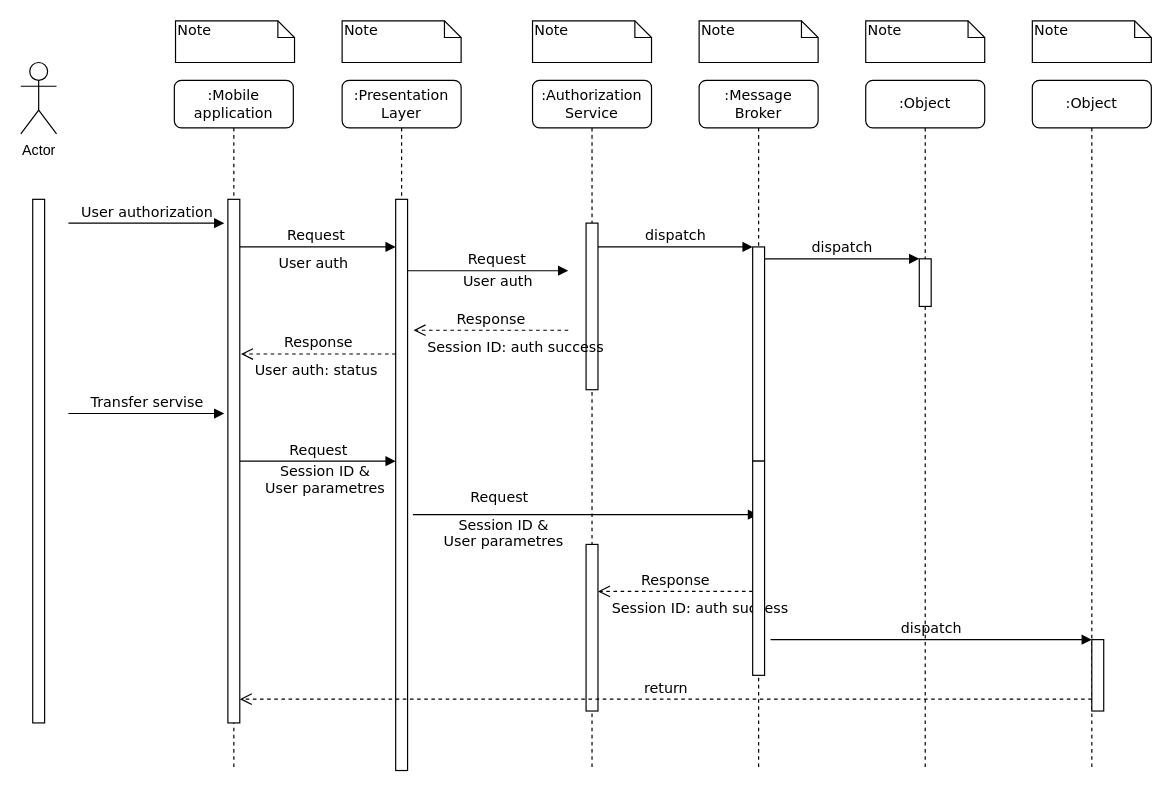
Earlier version of the draw.io diagram Диаграмма без названия.drawio (baldalerie/-). Source tidied: cells renumbered, new cells numbered last; positions are measured from the earlier drawing's top-left corner, leaving out a move shared by most shapes. Both pictures are drawn from the tidied source at 119%, with x=0, y=0 at pixel (20, 20).
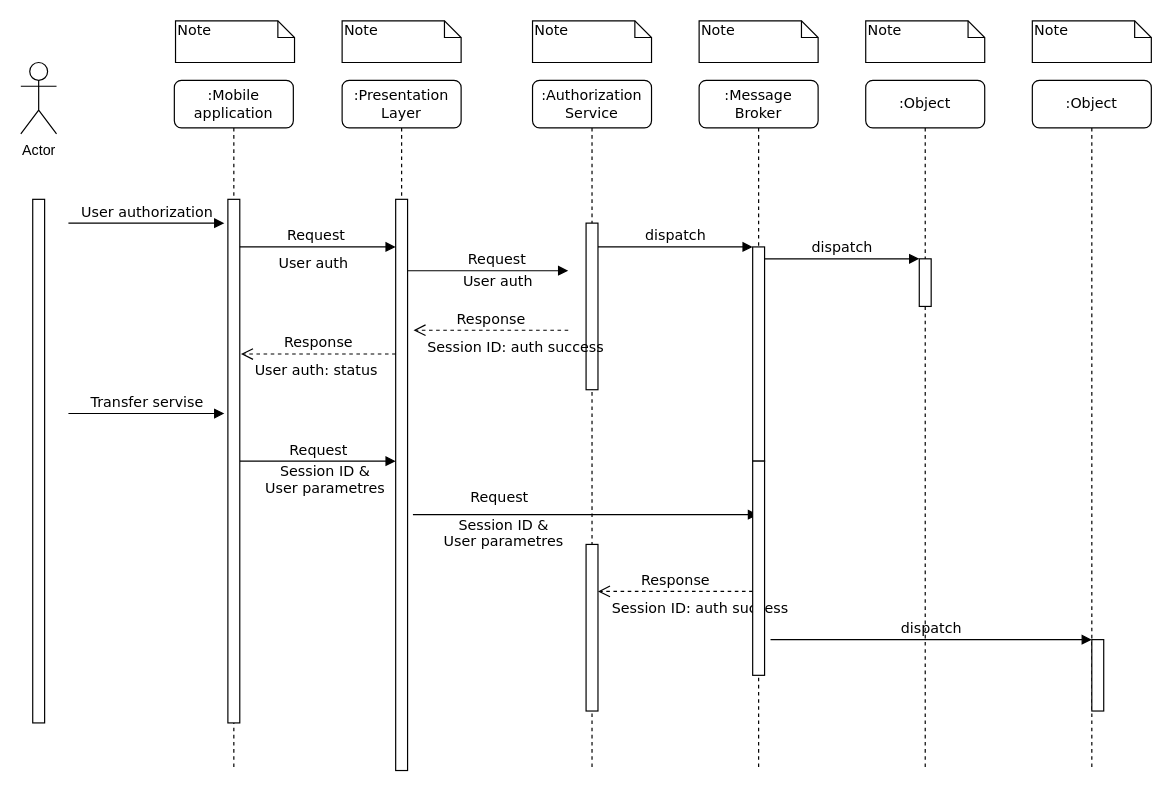
Above is the later version.

Commit message:
Лысиков В.С_практическая работа_2.drawio

The change refers to these unchanged cells:
```xml
<mxCell id="20" style="html=1;points=[];perimeter=orthogonalPerimeter;rounded=0;shadow=0;comic=0;labelBackgroundColor=none;strokeWidth=1;fontFamily=Verdana;fontSize=12;align=center;" parent="19" vertex="1">
  <mxGeometry x="45" y="100" width="10" height="440" as="geometry" />
</mxCell>
<mxCell id="26" style="html=1;points=[];perimeter=orthogonalPerimeter;rounded=0;shadow=0;comic=0;labelBackgroundColor=none;strokeWidth=1;fontFamily=Verdana;fontSize=12;align=center;" parent="1" vertex="1">
  <mxGeometry x="900" y="520" width="10" height="60" as="geometry" />
</mxCell>
```

Change to the diagram source:
```diff
@@
-    <mxCell id="28" value="return" style="html=1;verticalAlign=bottom;endArrow=open;dashed=1;endSize=8;labelBackgroundColor=none;fontFamily=Verdana;fontSize=12;edgeStyle=elbowEdgeStyle;elbow=vertical;" parent="1" edge="1" source="26" target="20">
-      <mxGeometry relative="1" as="geometry">
-        <Array as="points">
-          <mxPoint x="600" y="570" />
-        </Array>
-      </mxGeometry>
-    </mxCell>
```
